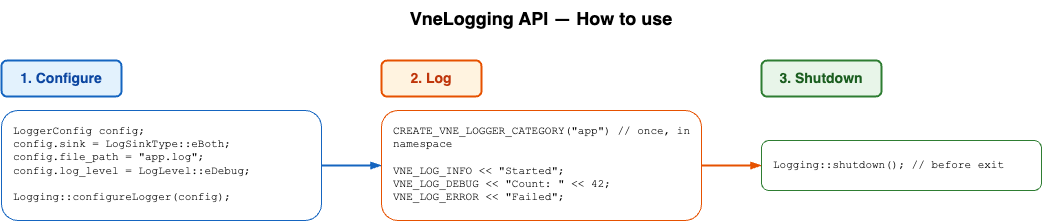
Above: docs/vertexnova/logging/diagrams/api.png in vertexnova/vnelogging (draw.io), before the change. Source tidied: cells renumbered, new cells last; positions are measured from the earlier drawing's top-left corner, leaving out a move shared by most shapes. Its diagram source:
```xml
<mxGraphModel>
  <root>
    <mxCell id="0" />
    <mxCell id="1" parent="0" />
    <mxCell id="2" value="VneLogging API — How to use" style="text;html=1;strokeColor=none;fillColor=none;align=center;verticalAlign=middle;whiteSpace=wrap;fontSize=18;fontStyle=1;fontColor=#000000;" parent="1" vertex="1">
      <mxGeometry x="290" width="500" height="36" as="geometry" />
    </mxCell>
    <mxCell id="3" value="1. Configure" style="rounded=1;whiteSpace=wrap;html=1;fillColor=#e3f2fd;strokeColor=#1565c0;strokeWidth=2;fontSize=14;fontStyle=1;fontColor=#0d47a1;" parent="1" vertex="1">
      <mxGeometry y="60" width="120" height="36" as="geometry" />
    </mxCell>
    <mxCell id="4" value="LoggerConfig config;&#10;config.sink = LogSinkType::eBoth;&#10;config.file_path = &quot;app.log&quot;;&#10;config.log_level = LogLevel::eDebug;&#10;&#10;Logging::configureLogger(config);" style="rounded=1;whiteSpace=wrap;html=1;fillColor=#ffffff;strokeColor=#1565c0;align=left;verticalAlign=top;spacingLeft=10;spacingTop=8;fontSize=11;fontColor=#000000;fontFamily=Courier New;" parent="1" vertex="1">
      <mxGeometry y="110" width="320" height="110" as="geometry" />
    </mxCell>
    <mxCell id="5" style="endArrow=blockThin;endFill=1;html=1;strokeWidth=2;strokeColor=#1565c0;exitX=1;exitY=0.5;exitDx=0;exitDy=0;entryX=0;entryY=0.5;entryDx=0;entryDy=0;" parent="1" edge="1" source="4" target="7">
      <mxGeometry relative="1" as="geometry" />
    </mxCell>
    <mxCell id="6" value="2. Log" style="rounded=1;whiteSpace=wrap;html=1;fillColor=#fff3e0;strokeColor=#e65100;strokeWidth=2;fontSize=14;fontStyle=1;fontColor=#bf360c;" parent="1" vertex="1">
      <mxGeometry x="380" y="60" width="100" height="36" as="geometry" />
    </mxCell>
    <mxCell id="7" value="CREATE_VNE_LOGGER_CATEGORY(&quot;app&quot;)  // once, in namespace&#10;&#10;VNE_LOG_INFO &lt;&lt; &quot;Started&quot;;&#10;VNE_LOG_DEBUG &lt;&lt; &quot;Count: &quot; &lt;&lt; 42;&#10;VNE_LOG_ERROR &lt;&lt; &quot;Failed&quot;;" style="rounded=1;whiteSpace=wrap;html=1;fillColor=#ffffff;strokeColor=#e65100;align=left;verticalAlign=top;spacingLeft=10;spacingTop=8;fontSize=11;fontColor=#000000;fontFamily=Courier New;" parent="1" vertex="1">
      <mxGeometry x="380" y="110" width="320" height="110" as="geometry" />
    </mxCell>
    <mxCell id="8" style="endArrow=blockThin;endFill=1;html=1;strokeWidth=2;strokeColor=#e65100;exitX=1;exitY=0.5;exitDx=0;exitDy=0;entryX=0;entryY=0.5;entryDx=0;entryDy=0;" parent="1" edge="1" source="7" target="10">
      <mxGeometry relative="1" as="geometry" />
    </mxCell>
    <mxCell id="9" value="3. Shutdown" style="rounded=1;whiteSpace=wrap;html=1;fillColor=#e8f5e9;strokeColor=#2e7d32;strokeWidth=2;fontSize=14;fontStyle=1;fontColor=#1b5e20;" parent="1" vertex="1">
      <mxGeometry x="760" y="60" width="120" height="36" as="geometry" />
    </mxCell>
    <mxCell id="10" value="Logging::shutdown();  // before exit" style="rounded=1;whiteSpace=wrap;html=1;fillColor=#ffffff;strokeColor=#2e7d32;align=left;verticalAlign=middle;spacingLeft=10;fontSize=11;fontColor=#000000;fontFamily=Courier New;" parent="1" vertex="1">
      <mxGeometry x="760" y="140" width="280" height="50" as="geometry" />
    </mxCell>
  </root>
</mxGraphModel>
```
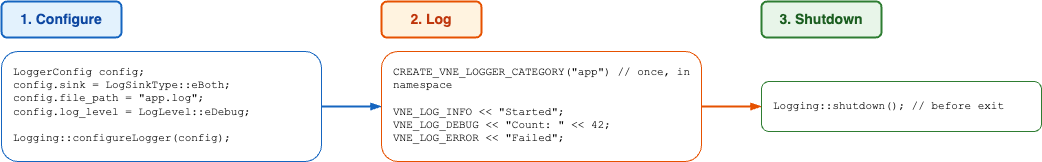
The same file after the commit.

What changed in the source:
```diff
@@ -2,9 +2,6 @@
   <root>
     <mxCell id="0" />
     <mxCell id="1" parent="0" />
-    <mxCell id="2" value="VneLogging API — How to use" style="text;html=1;strokeColor=none;fillColor=none;align=center;verticalAlign=middle;whiteSpace=wrap;fontSize=18;fontStyle=1;fontColor=#000000;" parent="1" vertex="1">
-      <mxGeometry x="290" width="500" height="36" as="geometry" />
-    </mxCell>
     <mxCell id="3" value="1. Configure" style="rounded=1;whiteSpace=wrap;html=1;fillColor=#e3f2fd;strokeColor=#1565c0;strokeWidth=2;fontSize=14;fontStyle=1;fontColor=#0d47a1;" parent="1" vertex="1">
       <mxGeometry y="60" width="120" height="36" as="geometry" />
     </mxCell>
```
